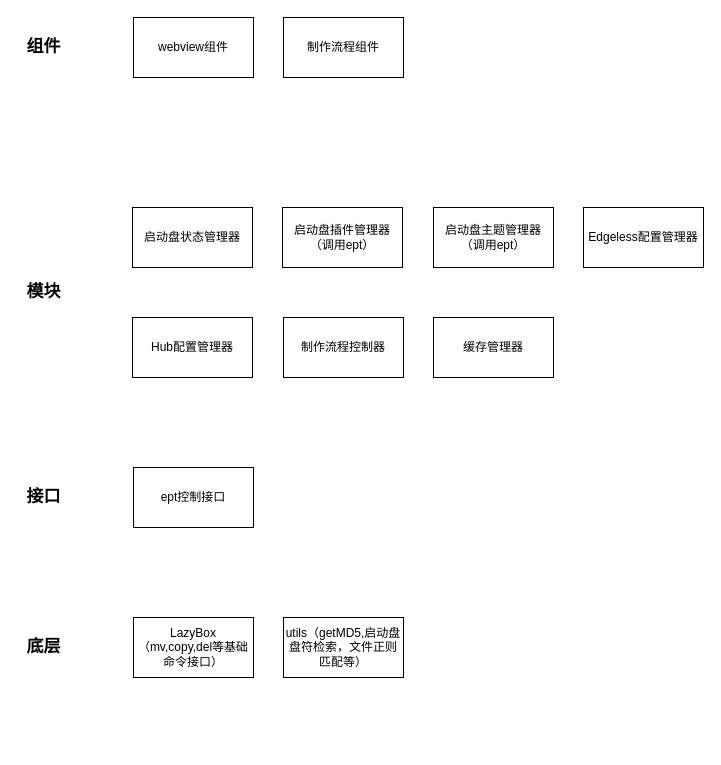
The draw.io diagram 架构模块.drawio in EdgelessPE/edgeless-hub, before the edit. Source tidied: cells renumbered, new cells numbered last; positions are measured from the earlier drawing's top-left corner, leaving out a move shared by most shapes. Both pictures are drawn from the tidied source at 100%, with x=0, y=0 at pixel (18, 17).
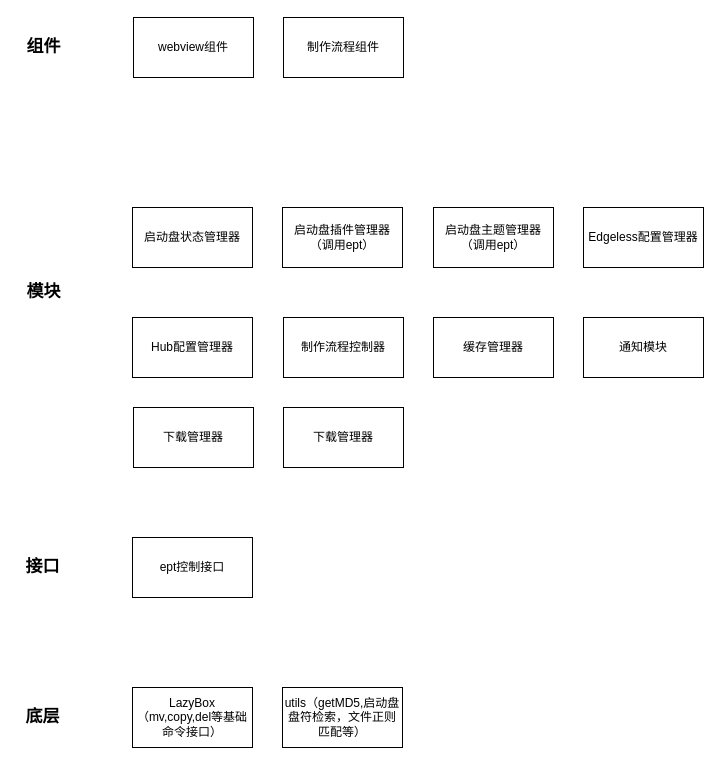
After the change.

The edit, as a diff of the source:
```diff
@@
     <mxCell id="2" value="LazyBox（mv,copy,del等基础命令接口）" style="rounded=0;whiteSpace=wrap;html=1;" parent="1" vertex="1">
-      <mxGeometry x="115" y="600" width="120" height="60" as="geometry" />
+      <mxGeometry x="114" y="670" width="120" height="60" as="geometry" />
     </mxCell>
     <mxCell id="3" value="utils（getMD5,启动盘盘符检索，文件正则匹配等）" style="rounded=0;whiteSpace=wrap;html=1;" parent="1" vertex="1">
-      <mxGeometry x="265" y="600" width="120" height="60" as="geometry" />
+      <mxGeometry x="264" y="670" width="120" height="60" as="geometry" />
     </mxCell>
     <mxCell id="4" value="ept控制接口" style="rounded=0;whiteSpace=wrap;html=1;" parent="1" vertex="1">
-      <mxGeometry x="115" y="450" width="120" height="60" as="geometry" />
+      <mxGeometry x="114" y="520" width="120" height="60" as="geometry" />
     </mxCell>
     <mxCell id="5" value="底层" style="text;html=1;align=center;verticalAlign=middle;fontSize=17;fontStyle=1;" parent="1" vertex="1">
-      <mxGeometry y="615" width="50" height="30" as="geometry" />
+      <mxGeometry x="-1" y="685" width="50" height="30" as="geometry" />
     </mxCell>
@@
     <mxCell id="14" value="接口" style="text;html=1;align=center;verticalAlign=middle;fontSize=17;fontStyle=1;" parent="1" vertex="1">
-      <mxGeometry y="465" width="50" height="30" as="geometry" />
+      <mxGeometry x="-1" y="535" width="50" height="30" as="geometry" />
     </mxCell>
@@
+    <mxCell id="18" value="通知模块" style="rounded=0;whiteSpace=wrap;html=1;fontSize=12;" parent="1" vertex="1">
+      <mxGeometry x="565" y="300" width="120" height="60" as="geometry" />
+    </mxCell>
+    <mxCell id="19" value="下载管理器" style="rounded=0;whiteSpace=wrap;html=1;fontSize=12;" parent="1" vertex="1">
+      <mxGeometry x="115" y="390" width="120" height="60" as="geometry" />
+    </mxCell>
+    <mxCell id="20" value="下载管理器" style="rounded=0;whiteSpace=wrap;html=1;fontSize=12;" parent="1" vertex="1">
+      <mxGeometry x="265" y="390" width="120" height="60" as="geometry" />
+    </mxCell>
```
